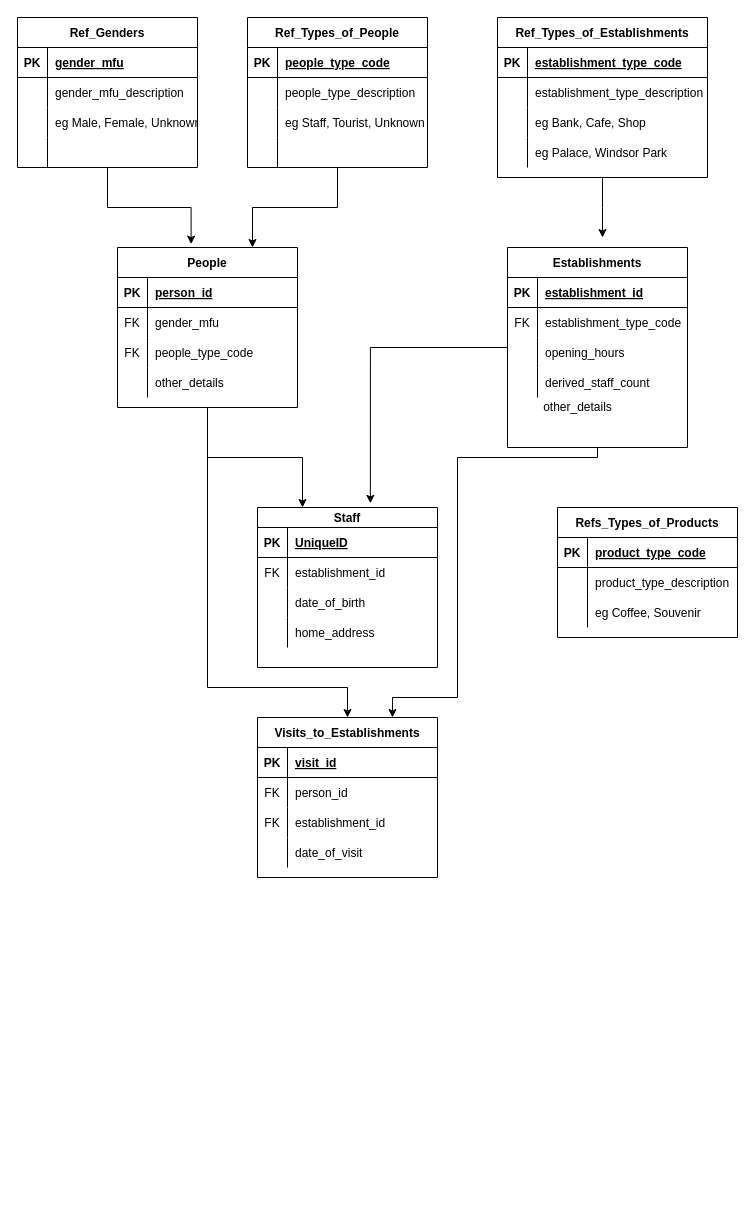
This is Untitled Diagram.drawio from Nicholekm/DataModeling, a draw.io file, before an edit. Source tidied: cells renumbered, new cells numbered last; positions are measured from the earlier drawing's top-left corner, leaving out a move shared by most shapes. Both pictures are drawn from the tidied source at 100%, with x=0, y=0 at pixel (17, 17).
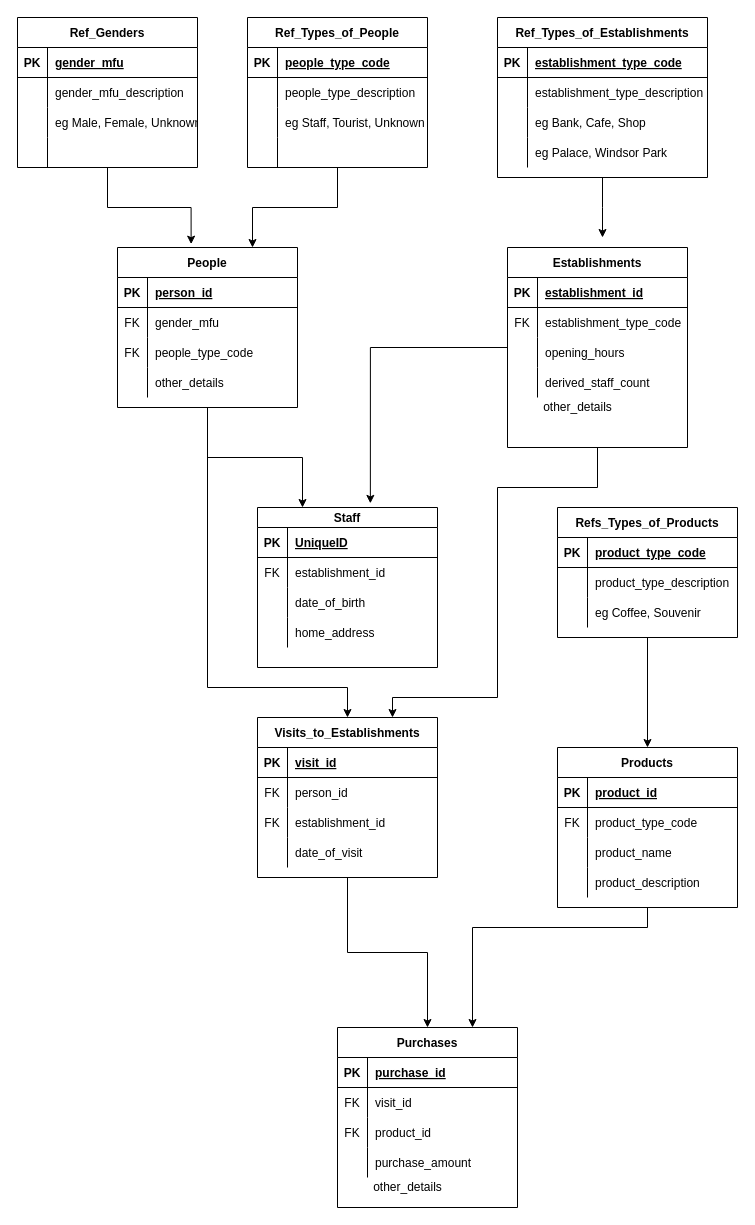
After the change.

The change refers to these unchanged cells:
```xml
<mxCell id="19" value="Establishments" style="shape=table;startSize=30;childLayout=tableLayout;rowLines=0;fontStyle=1;align=center;" parent="1" vertex="1">
  <mxGeometry x="490" y="230" width="180" height="200" as="geometry" />
</mxCell>
<mxCell id="32" value="Visits_to_Establishments" style="shape=table;startSize=30;childLayout=tableLayout;rowLines=0;fontStyle=1;align=center;" parent="1" vertex="1">
  <mxGeometry x="240" y="700" width="180" height="160" as="geometry" />
</mxCell>
<mxCell id="101" value="Refs_Types_of_Products" style="shape=table;startSize=30;childLayout=tableLayout;rowLines=0;fontStyle=1;align=center;" parent="1" vertex="1">
  <mxGeometry x="540" y="490" width="180" height="130" as="geometry" />
</mxCell>
```

What changed in the source:
```diff
@@
     <mxCell id="18" style="edgeStyle=orthogonalEdgeStyle;rounded=0;jettySize=auto;html=1;entryX=0.75;entryY=0;entryDx=0;entryDy=0;" parent="1" edge="1" source="19" target="32">
       <mxGeometry relative="1" as="geometry">
         <Array as="points">
-          <mxPoint x="580" y="440" />
-          <mxPoint x="440" y="440" />
-          <mxPoint x="440" y="680" />
+          <mxPoint x="580" y="470" />
+          <mxPoint x="480" y="470" />
+          <mxPoint x="480" y="680" />
           <mxPoint x="375" y="680" />
         </Array>
       </mxGeometry>
     </mxCell>
@@
+    <mxCell id="111" style="edgeStyle=orthogonalEdgeStyle;rounded=0;jettySize=auto;html=1;entryX=0.5;entryY=0;entryDx=0;entryDy=0;" parent="1" edge="1" source="32" target="127">
+      <mxGeometry relative="1" as="geometry" />
+    </mxCell>
@@
+    <mxCell id="112" style="edgeStyle=orthogonalEdgeStyle;rounded=0;jettySize=auto;html=1;entryX=0.5;entryY=0;entryDx=0;entryDy=0;" parent="1" edge="1" source="101" target="114">
+      <mxGeometry relative="1" as="geometry" />
+    </mxCell>
@@
+    <mxCell id="113" style="edgeStyle=orthogonalEdgeStyle;rounded=0;jettySize=auto;html=1;entryX=0.75;entryY=0;entryDx=0;entryDy=0;" parent="1" edge="1" source="114" target="127">
+      <mxGeometry relative="1" as="geometry">
+        <Array as="points">
+          <mxPoint x="630" y="910" />
+          <mxPoint x="455" y="910" />
+        </Array>
+      </mxGeometry>
+    </mxCell>
+    <mxCell id="114" value="Products" style="shape=table;startSize=30;childLayout=tableLayout;rowLines=0;fontStyle=1;align=center;" parent="1" vertex="1">
+      <mxGeometry x="540" y="730" width="180" height="160" as="geometry" />
+    </mxCell>
+    <mxCell id="115" style="shape=partialRectangle;fillColor=none;top=0;left=0;bottom=1;right=0;" parent="114" vertex="1">
+      <mxGeometry y="30" width="180" height="30" as="geometry" />
+    </mxCell>
+    <mxCell id="116" value="PK" style="shape=partialRectangle;fillColor=none;top=0;left=0;bottom=0;right=0;fontStyle=1;overflow=hidden;" parent="115" vertex="1">
+      <mxGeometry width="30" height="30" as="geometry" />
+    </mxCell>
+    <mxCell id="117" value="product_id" style="shape=partialRectangle;fillColor=none;top=0;left=0;bottom=0;right=0;align=left;spacingLeft=6;fontStyle=5;overflow=hidden;" parent="115" vertex="1">
+      <mxGeometry x="30" width="150" height="30" as="geometry" />
+    </mxCell>
+    <mxCell id="118" style="shape=partialRectangle;fillColor=none;top=0;left=0;bottom=0;right=0;" parent="114" vertex="1">
+      <mxGeometry y="60" width="180" height="30" as="geometry" />
+    </mxCell>
+    <mxCell id="119" value="FK" style="shape=partialRectangle;fillColor=none;top=0;left=0;bottom=0;right=0;overflow=hidden;" parent="118" vertex="1">
+      <mxGeometry width="30" height="30" as="geometry" />
+    </mxCell>
+    <mxCell id="120" value="product_type_code" style="shape=partialRectangle;fillColor=none;top=0;left=0;bottom=0;right=0;align=left;spacingLeft=6;overflow=hidden;" parent="118" vertex="1">
+      <mxGeometry x="30" width="150" height="30" as="geometry" />
+    </mxCell>
+    <mxCell id="121" style="shape=partialRectangle;fillColor=none;top=0;left=0;bottom=0;right=0;" parent="114" vertex="1">
+      <mxGeometry y="90" width="180" height="30" as="geometry" />
+    </mxCell>
+    <mxCell id="122" style="shape=partialRectangle;fillColor=none;top=0;left=0;bottom=0;right=0;overflow=hidden;" parent="121" vertex="1">
+      <mxGeometry width="30" height="30" as="geometry" />
+    </mxCell>
+    <mxCell id="123" value="product_name" style="shape=partialRectangle;fillColor=none;top=0;left=0;bottom=0;right=0;align=left;spacingLeft=6;overflow=hidden;" parent="121" vertex="1">
+      <mxGeometry x="30" width="150" height="30" as="geometry" />
+    </mxCell>
+    <mxCell id="124" style="shape=partialRectangle;fillColor=none;top=0;left=0;bottom=0;right=0;" parent="114" vertex="1">
+      <mxGeometry y="120" width="180" height="30" as="geometry" />
+    </mxCell>
+    <mxCell id="125" style="shape=partialRectangle;fillColor=none;top=0;left=0;bottom=0;right=0;overflow=hidden;" parent="124" vertex="1">
+      <mxGeometry width="30" height="30" as="geometry" />
+    </mxCell>
+    <mxCell id="126" value="product_description" style="shape=partialRectangle;fillColor=none;top=0;left=0;bottom=0;right=0;align=left;spacingLeft=6;overflow=hidden;" parent="124" vertex="1">
+      <mxGeometry x="30" width="150" height="30" as="geometry" />
+    </mxCell>
+    <mxCell id="127" value="Purchases" style="shape=table;startSize=30;childLayout=tableLayout;rowLines=0;fontStyle=1;align=center;" parent="1" vertex="1">
+      <mxGeometry x="320" y="1010" width="180" height="180" as="geometry" />
+    </mxCell>
+    <mxCell id="128" style="shape=partialRectangle;fillColor=none;top=0;left=0;bottom=1;right=0;" parent="127" vertex="1">
+      <mxGeometry y="30" width="180" height="30" as="geometry" />
+    </mxCell>
+    <mxCell id="129" value="PK" style="shape=partialRectangle;fillColor=none;top=0;left=0;bottom=0;right=0;fontStyle=1;overflow=hidden;" parent="128" vertex="1">
+      <mxGeometry width="30" height="30" as="geometry" />
+    </mxCell>
+    <mxCell id="130" value="purchase_id" style="shape=partialRectangle;fillColor=none;top=0;left=0;bottom=0;right=0;align=left;spacingLeft=6;fontStyle=5;overflow=hidden;" parent="128" vertex="1">
+      <mxGeometry x="30" width="150" height="30" as="geometry" />
+    </mxCell>
+    <mxCell id="131" style="shape=partialRectangle;fillColor=none;top=0;left=0;bottom=0;right=0;" parent="127" vertex="1">
+      <mxGeometry y="60" width="180" height="30" as="geometry" />
+    </mxCell>
+    <mxCell id="132" value="FK" style="shape=partialRectangle;fillColor=none;top=0;left=0;bottom=0;right=0;overflow=hidden;" parent="131" vertex="1">
+      <mxGeometry width="30" height="30" as="geometry" />
+    </mxCell>
+    <mxCell id="133" value="visit_id" style="shape=partialRectangle;fillColor=none;top=0;left=0;bottom=0;right=0;align=left;spacingLeft=6;overflow=hidden;" parent="131" vertex="1">
+      <mxGeometry x="30" width="150" height="30" as="geometry" />
+    </mxCell>
+    <mxCell id="134" style="shape=partialRectangle;fillColor=none;top=0;left=0;bottom=0;right=0;" parent="127" vertex="1">
+      <mxGeometry y="90" width="180" height="30" as="geometry" />
+    </mxCell>
+    <mxCell id="135" value="FK" style="shape=partialRectangle;fillColor=none;top=0;left=0;bottom=0;right=0;overflow=hidden;" parent="134" vertex="1">
+      <mxGeometry width="30" height="30" as="geometry" />
+    </mxCell>
+    <mxCell id="136" value="product_id" style="shape=partialRectangle;fillColor=none;top=0;left=0;bottom=0;right=0;align=left;spacingLeft=6;overflow=hidden;" parent="134" vertex="1">
+      <mxGeometry x="30" width="150" height="30" as="geometry" />
+    </mxCell>
+    <mxCell id="137" style="shape=partialRectangle;fillColor=none;top=0;left=0;bottom=0;right=0;" parent="127" vertex="1">
+      <mxGeometry y="120" width="180" height="30" as="geometry" />
+    </mxCell>
+    <mxCell id="138" style="shape=partialRectangle;fillColor=none;top=0;left=0;bottom=0;right=0;overflow=hidden;" parent="137" vertex="1">
+      <mxGeometry width="30" height="30" as="geometry" />
+    </mxCell>
+    <mxCell id="139" value="purchase_amount" style="shape=partialRectangle;fillColor=none;top=0;left=0;bottom=0;right=0;align=left;spacingLeft=6;overflow=hidden;" parent="137" vertex="1">
+      <mxGeometry x="30" width="150" height="30" as="geometry" />
+    </mxCell>
+    <mxCell id="140" value="other_details" style="text;html=1;align=center;verticalAlign=middle;" parent="1" vertex="1">
+      <mxGeometry x="350" y="1160" width="80" height="20" as="geometry" />
+    </mxCell>
```
